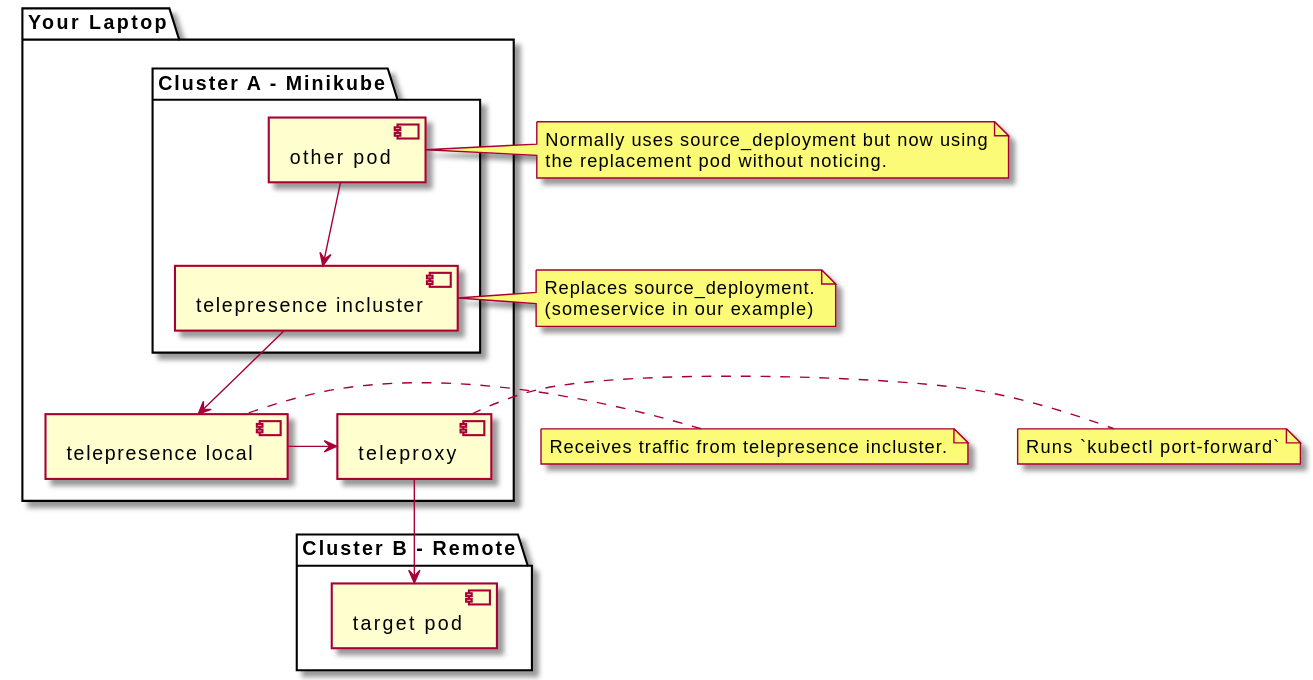
This is deployment_diagram.svg from Flared/teleproxy, a PlantUML export, as it was before one commit.
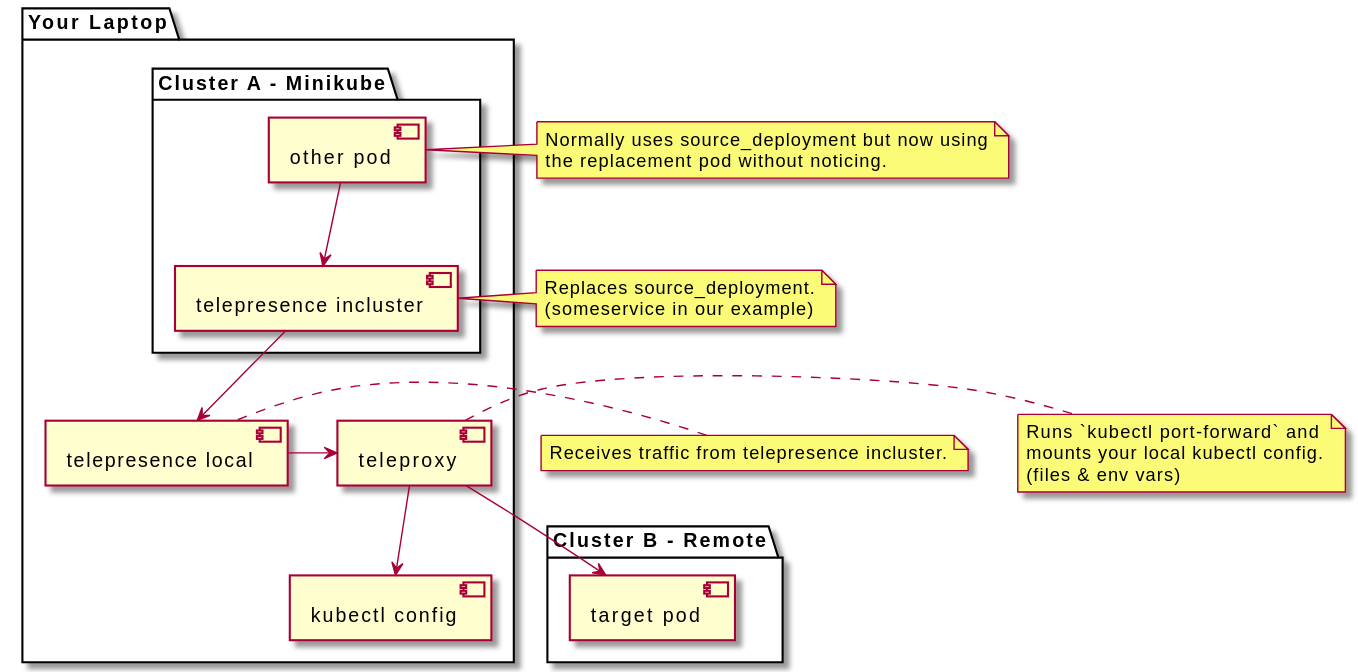
The same diagram one commit later.

Commit message:
diagram: add local kubectl config

What changed in the source:
```diff
@@ -3,6 +3,7 @@
 
     [teleproxy]
     [telepresence local]
+    [kubectl config]
 
     package "Cluster A - Minikube" {
         [telepresence incluster]
@@ -18,6 +19,7 @@
 [telepresence incluster] --> [telepresence local]
 [telepresence local] -> [teleproxy]
 [teleproxy] --> [target pod]
+[teleproxy] --> [kubectl config]
 [other pod] --> [telepresence incluster]
 
 note left of [telepresence incluster]
@@ -27,7 +29,11 @@
 
 note left of [telepresence local]: Receives traffic from telepresence incluster.
 
-note right of [teleproxy]: Runs `kubectl port-forward`
+note right of [teleproxy]
+    Runs `kubectl port-forward` and
+    mounts your local kubectl config.
+    (files & env vars)
+endnote
 
 note right of [other pod]
  Normally uses source_deployment but now using
```
